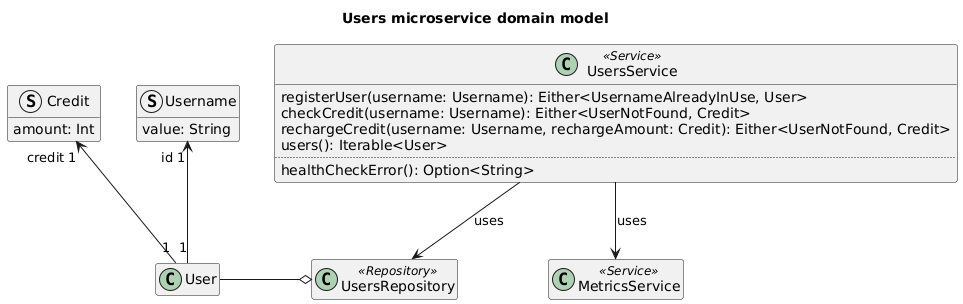
Ventus218/SAP-assignment-03 keeps this PlantUML diagram as doc/diagrams/users-microservice-domain-model.png. Above is the earlier version.
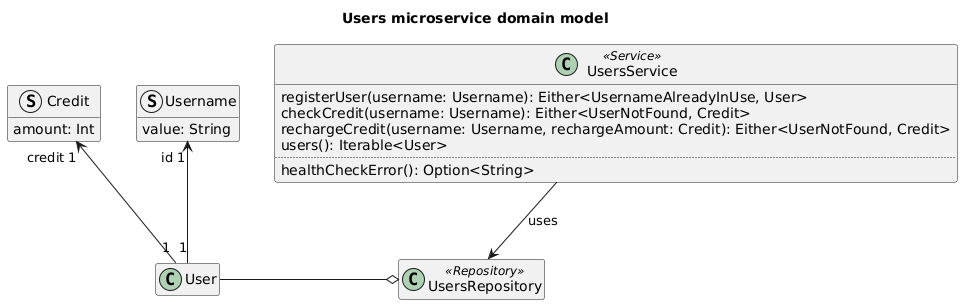
Above is the later version.

Diff of the diagram source:
```diff
@@ -28,9 +28,6 @@
 
 UsersService --> UsersRepository : "uses"
 
-class MetricsService <<Service>>
-UsersService --> MetricsService : "uses"
-
 hide empty members
 
 @enduml
```
